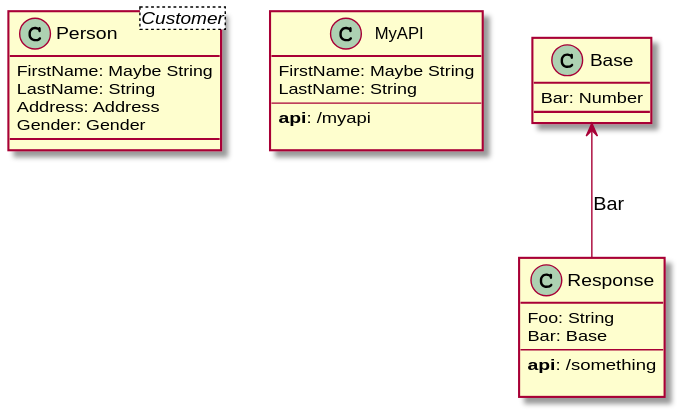
This is Examples/.out/v0.0.1/APIs.API/APIs.API.svg from Baudin999/car-lang, a PlantUML export, as it was before one commit.
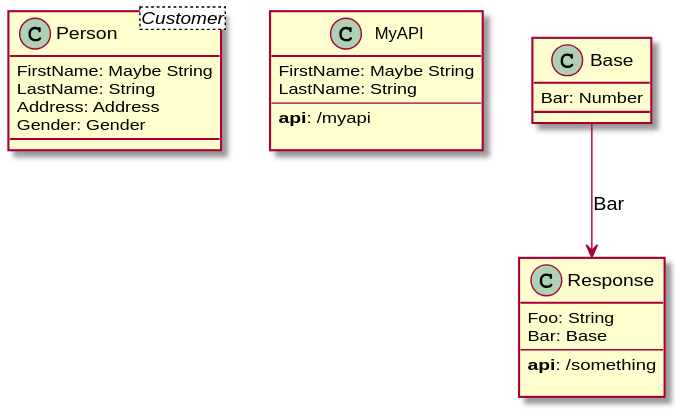
The same file after the commit.

Diff of the diagram source:
```diff
@@ -22,5 +22,5 @@
   <b>api</b>: /something
 
 }
-Base <-- Response : Bar
+Base --> Response : Bar
 @enduml
```
